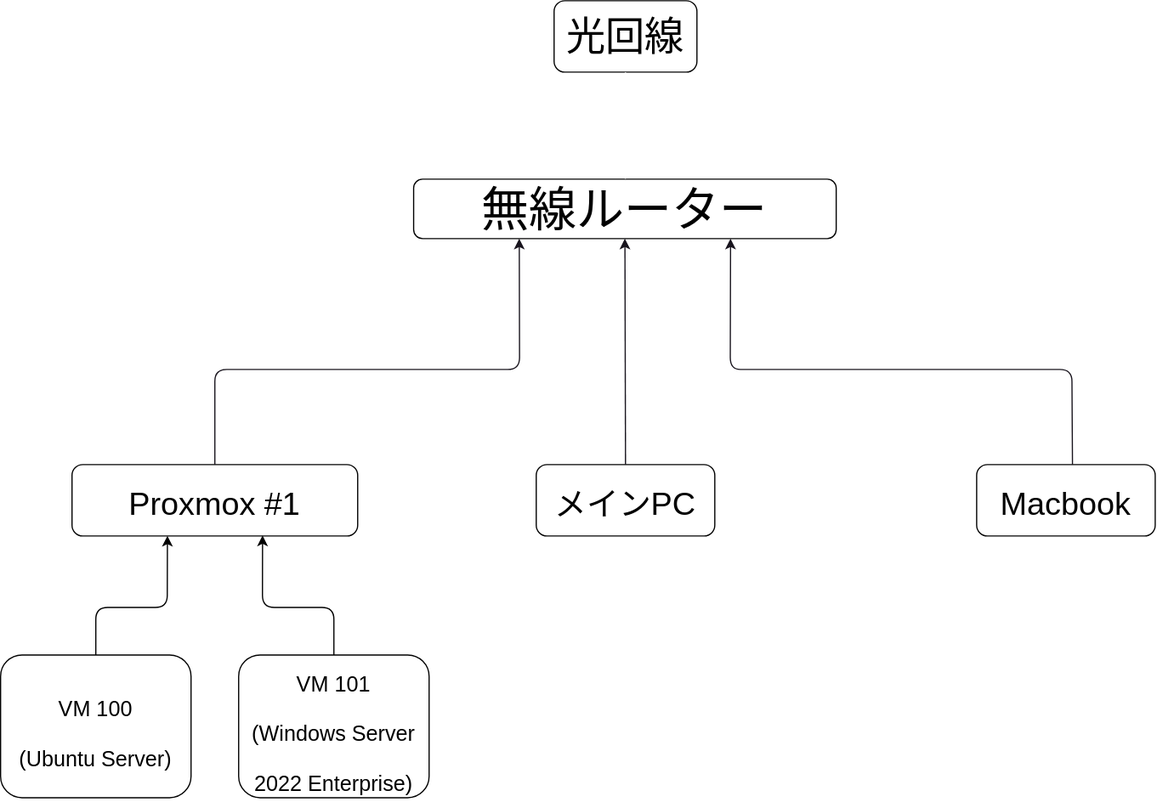
Before: ryosuke-infrastructure.drawio.svg, a diagram exported from draw.io (ryosuke0121/ryosuke-infrastructure). Source tidied: cells renumbered, new cells last; positions are measured from the earlier drawing's top-left corner, leaving out a move shared by most shapes.
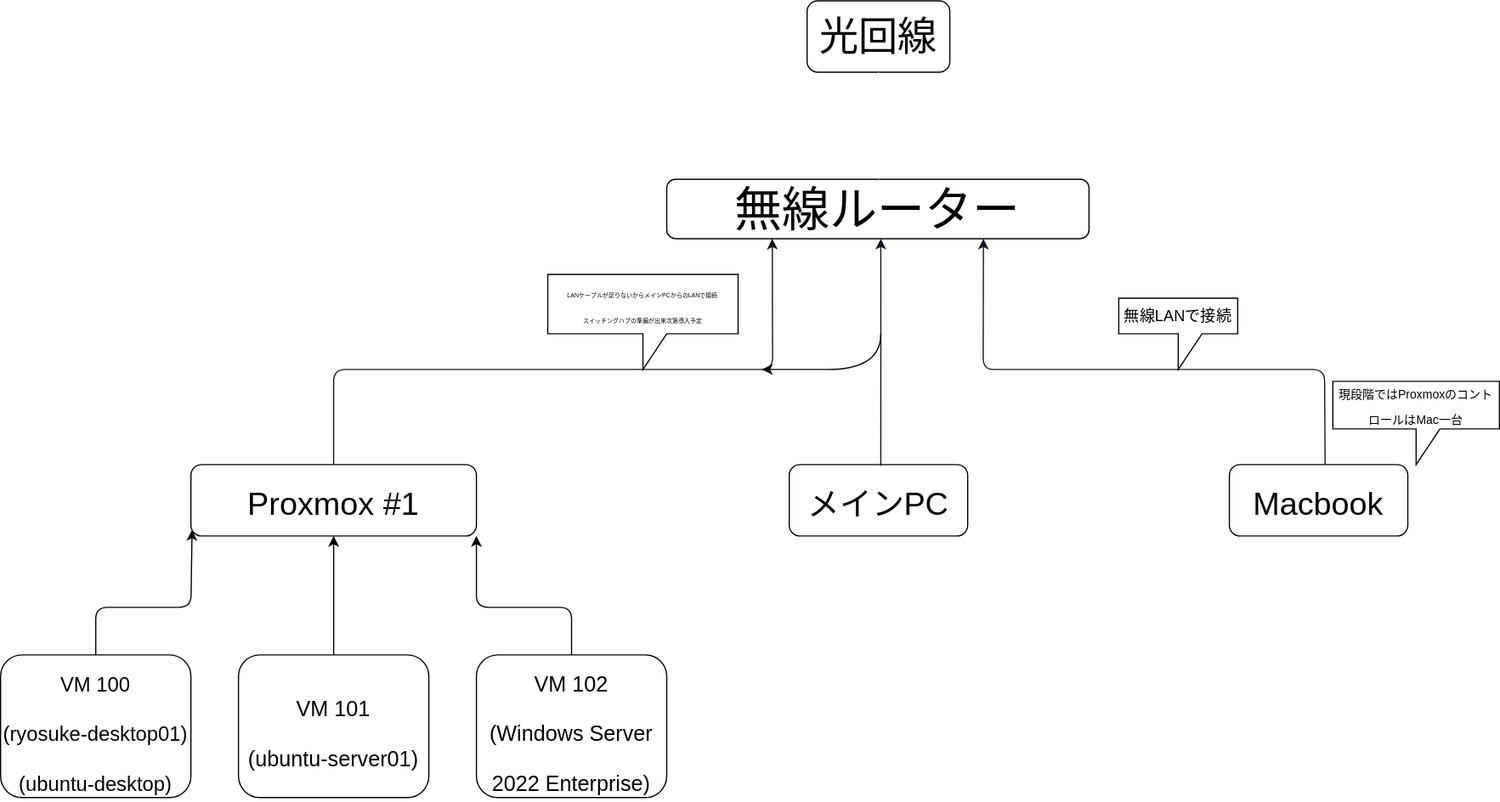
The same file after the commit.

Commit message:
それっぽく

What changed in the source:
```diff
@@ -9,7 +9,7 @@
       <mxGeometry x="450" y="390" width="150" height="60" as="geometry" />
     </mxCell>
     <mxCell id="4" value="&lt;font style=&quot;font-size: 27px;&quot;&gt;Proxmox #1&lt;/font&gt;" style="whiteSpace=wrap;html=1;rounded=1;strokeColor=#000000;fontSize=35;fontColor=#000000;fillColor=none;" parent="1" vertex="1">
-      <mxGeometry x="60" y="390" width="240" height="60" as="geometry" />
+      <mxGeometry x="-53" y="390" width="240" height="60" as="geometry" />
     </mxCell>
     <mxCell id="5" value="&lt;span style=&quot;font-size: 27px;&quot;&gt;Macbook&lt;/span&gt;" style="whiteSpace=wrap;html=1;rounded=1;strokeColor=#000000;fontSize=35;fontColor=#000000;fillColor=none;" parent="1" vertex="1">
       <mxGeometry x="820" y="390" width="150" height="60" as="geometry" />
@@ -17,40 +17,46 @@
     <mxCell id="6" value="光回線" style="rounded=1;whiteSpace=wrap;html=1;strokeColor=#000000;fontSize=33;fontColor=#000000;fillColor=none;" parent="1" vertex="1">
       <mxGeometry x="465" width="120" height="60" as="geometry" />
     </mxCell>
-    <mxCell id="7" value="&lt;span style=&quot;font-size: 18px;&quot;&gt;VM 101&lt;br&gt;(Windows Server 2022 Enterprise)&lt;br&gt;&lt;/span&gt;" style="whiteSpace=wrap;html=1;rounded=1;strokeColor=#000000;fontSize=35;fontColor=#000000;fillColor=none;" parent="1" vertex="1">
-      <mxGeometry x="200" y="550" width="160" height="120" as="geometry" />
+    <mxCell id="7" value="&lt;span style=&quot;font-size: 18px;&quot;&gt;VM 102&lt;br&gt;(Windows Server 2022 Enterprise)&lt;br&gt;&lt;/span&gt;" style="whiteSpace=wrap;html=1;rounded=1;strokeColor=#000000;fontSize=35;fontColor=#000000;fillColor=none;" parent="1" vertex="1">
+      <mxGeometry x="187" y="550" width="160" height="120" as="geometry" />
     </mxCell>
-    <mxCell id="8" value="&lt;span style=&quot;font-size: 18px;&quot;&gt;VM 100&lt;br&gt;(Ubuntu Server)&lt;br&gt;&lt;/span&gt;" style="whiteSpace=wrap;html=1;rounded=1;strokeColor=#000000;fontSize=35;fontColor=#000000;fillColor=none;" parent="1" vertex="1">
-      <mxGeometry y="550" width="160" height="120" as="geometry" />
+    <mxCell id="8" value="&lt;span style=&quot;font-size: 18px;&quot;&gt;VM 101&lt;br&gt;(ubuntu-server01)&lt;br&gt;&lt;/span&gt;" style="whiteSpace=wrap;html=1;rounded=1;strokeColor=#000000;fontSize=35;fontColor=#000000;fillColor=none;" parent="1" vertex="1">
+      <mxGeometry x="-13" y="550" width="160" height="120" as="geometry" />
     </mxCell>
-    <mxCell id="9" style="endArrow=classic;html=1;rounded=1;strokeColor=#000000;exitX=0.5;exitY=0;exitDx=0;exitDy=0;entryX=0.334;entryY=0.997;entryDx=0;entryDy=0;entryPerimeter=0;" parent="1" edge="1" source="8" target="4">
+    <mxCell id="9" style="endArrow=classic;html=1;rounded=1;strokeColor=#000000;exitX=0.5;exitY=0;exitDx=0;exitDy=0;entryX=0.004;entryY=0.915;entryDx=0;entryDy=0;entryPerimeter=0;" parent="1" edge="1" source="15" target="4">
       <mxGeometry relative="1" as="geometry">
         <Array as="points">
-          <mxPoint x="80" y="510" />
-          <mxPoint x="140" y="510" />
+          <mxPoint x="-133" y="510" />
+          <mxPoint x="-53" y="510" />
         </Array>
       </mxGeometry>
     </mxCell>
-    <mxCell id="10" style="endArrow=classic;html=1;rounded=1;strokeColor=#000000;exitX=0.5;exitY=0;exitDx=0;exitDy=0;entryX=0.667;entryY=0.992;entryDx=0;entryDy=0;entryPerimeter=0;" parent="1" edge="1" source="7" target="4">
+    <mxCell id="10" style="endArrow=classic;html=1;rounded=1;strokeColor=#000000;exitX=0.5;exitY=0;exitDx=0;exitDy=0;" parent="1" edge="1" source="7">
       <mxGeometry relative="1" as="geometry">
+        <mxPoint x="187" y="450" as="targetPoint" />
         <Array as="points">
-          <mxPoint x="280" y="510" />
-          <mxPoint x="260" y="510" />
-          <mxPoint x="220" y="510" />
-          <mxPoint x="220" y="490" />
+          <mxPoint x="267" y="510" />
+          <mxPoint x="247" y="510" />
+          <mxPoint x="187" y="510" />
+          <mxPoint x="187" y="490" />
+          <mxPoint x="187" y="470" />
         </Array>
       </mxGeometry>
     </mxCell>
     <mxCell id="11" style="endArrow=classic;html=1;rounded=1;strokeColor=#18141d;exitX=0.5;exitY=0;exitDx=0;exitDy=0;entryX=0.25;entryY=1;entryDx=0;entryDy=0;" parent="1" edge="1" source="4" target="2">
       <mxGeometry relative="1" as="geometry">
         <Array as="points">
-          <mxPoint x="180" y="310" />
+          <mxPoint x="67" y="310" />
           <mxPoint x="436" y="310" />
         </Array>
       </mxGeometry>
     </mxCell>
-    <mxCell id="12" style="endArrow=classic;html=1;rounded=1;strokeColor=#18141d;exitX=0.5;exitY=0;exitDx=0;exitDy=0;entryX=0.5;entryY=1;entryDx=0;entryDy=0;" parent="1" edge="1" source="3" target="2">
-      <mxGeometry relative="1" as="geometry" />
+    <mxCell id="12" style="endArrow=classic;html=1;rounded=1;strokeColor=#18141d;exitX=0.513;exitY=0.015;exitDx=0;exitDy=0;entryX=0.507;entryY=1;entryDx=0;entryDy=0;exitPerimeter=0;entryPerimeter=0;" parent="1" edge="1" source="3" target="2">
+      <mxGeometry relative="1" as="geometry">
+        <Array as="points">
+          <mxPoint x="527" y="280" />
+        </Array>
+      </mxGeometry>
     </mxCell>
     <mxCell id="13" style="endArrow=classic;html=1;rounded=1;strokeColor=#18141d;exitX=0.5;exitY=0;exitDx=0;exitDy=0;entryX=0.75;entryY=1;entryDx=0;entryDy=0;" parent="1" edge="1" target="2">
       <mxGeometry relative="1" as="geometry">
@@ -68,5 +74,35 @@
         <mxPoint x="525" y="150" as="sourcePoint" />
       </mxGeometry>
     </mxCell>
+    <mxCell id="15" value="&lt;span style=&quot;font-size: 17px;&quot;&gt;VM 100&lt;br&gt;(ryosuke-desktop01)(ubuntu-desktop)&lt;br&gt;&lt;/span&gt;" style="whiteSpace=wrap;html=1;rounded=1;strokeColor=#000000;fontSize=35;fontColor=#000000;fillColor=none;" parent="1" vertex="1">
+      <mxGeometry x="-213" y="550" width="160" height="120" as="geometry" />
+    </mxCell>
+    <mxCell id="16" style="curved=1;endArrow=classic;html=1;strokeColor=#000000;exitX=0.5;exitY=0;exitDx=0;exitDy=0;entryX=0.5;entryY=1;entryDx=0;entryDy=0;" parent="1" edge="1" source="8" target="4">
+      <mxGeometry relative="1" as="geometry">
+        <Array as="points">
+          <mxPoint x="67" y="530" />
+          <mxPoint x="67" y="510" />
+        </Array>
+      </mxGeometry>
+    </mxCell>
+    <mxCell id="17" style="endArrow=classic;html=1;strokeColor=#000000;fontSize=17;curved=1;" parent="1" edge="1">
+      <mxGeometry relative="1" as="geometry">
+        <mxPoint x="527" y="280" as="sourcePoint" />
+        <mxPoint x="427" y="310" as="targetPoint" />
+        <Array as="points">
+          <mxPoint x="527" y="310" />
+          <mxPoint x="437" y="310" />
+        </Array>
+      </mxGeometry>
+    </mxCell>
+    <mxCell id="18" value="&lt;font style=&quot;font-size: 5px;&quot; color=&quot;#000000&quot;&gt;LANケーブルが足りないからメインPCからのLANで接続&lt;br&gt;スイッチングハブの準備が出来次第導入予定&lt;/font&gt;" style="shape=callout;whiteSpace=wrap;html=1;perimeter=calloutPerimeter;fontSize=17;fillColor=none;strokeColor=#000000;" parent="1" vertex="1">
+      <mxGeometry x="247" y="230" width="160" height="80" as="geometry" />
+    </mxCell>
+    <mxCell id="19" value="&lt;font style=&quot;font-size: 13px;&quot; color=&quot;#000000&quot;&gt;無線LANで接続&lt;/font&gt;" style="shape=callout;whiteSpace=wrap;html=1;perimeter=calloutPerimeter;fontSize=17;fillColor=none;strokeColor=#000000;" parent="1" vertex="1">
+      <mxGeometry x="727" y="250" width="100" height="60" as="geometry" />
+    </mxCell>
+    <mxCell id="20" value="&lt;font style=&quot;font-size: 10px;&quot; color=&quot;#000000&quot;&gt;現段階ではProxmoxのコントロールはMac一台&lt;/font&gt;" style="shape=callout;whiteSpace=wrap;html=1;perimeter=calloutPerimeter;fontSize=17;fillColor=none;strokeColor=#000000;" parent="1" vertex="1">
+      <mxGeometry x="907" y="320" width="140" height="70" as="geometry" />
+    </mxCell>
   </root>
 </mxGraphModel>
```
